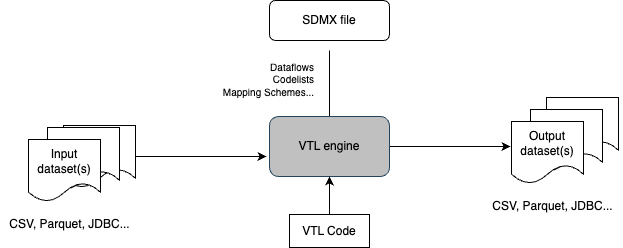
The draw.io diagram 20240410-vtl-sdmx-unece/sdmx-vtl-v1.png in Making-Sense-Info/Presentations, before a commit. Source tidied: cells renumbered, new cells last; positions are measured from the earlier drawing's top-left corner, leaving out a move shared by most shapes. Source of this version:
```xml
<mxGraphModel>
  <root>
    <mxCell id="0" />
    <mxCell id="1" parent="0" />
    <mxCell id="2" style="edgeStyle=orthogonalEdgeStyle;rounded=0;orthogonalLoop=1;jettySize=auto;html=1;exitX=0.5;exitY=1;exitDx=0;exitDy=0;entryX=0.5;entryY=0;entryDx=0;entryDy=0;" parent="1" edge="1">
      <mxGeometry relative="1" as="geometry">
        <mxPoint x="329" y="50" as="sourcePoint" />
        <mxPoint x="329" y="126" as="targetPoint" />
      </mxGeometry>
    </mxCell>
    <mxCell id="3" value="SDMX file" style="rounded=1;whiteSpace=wrap;html=1;" parent="1" vertex="1">
      <mxGeometry x="269" width="120" height="40" as="geometry" />
    </mxCell>
    <mxCell id="4" style="edgeStyle=orthogonalEdgeStyle;rounded=0;jettySize=auto;html=1;" parent="1" edge="1" source="5">
      <mxGeometry relative="1" as="geometry">
        <mxPoint x="510" y="146" as="targetPoint" />
      </mxGeometry>
    </mxCell>
    <mxCell id="5" value="VTL engine" style="rounded=1;whiteSpace=wrap;html=1;fillColor=#C0C0C0;strokeColor=#23445d;" parent="1" vertex="1">
      <mxGeometry x="269" y="116" width="120" height="60" as="geometry" />
    </mxCell>
    <mxCell id="6" style="edgeStyle=orthogonalEdgeStyle;rounded=0;jettySize=auto;html=1;" parent="1" edge="1" source="8">
      <mxGeometry relative="1" as="geometry">
        <mxPoint x="266" y="156" as="targetPoint" />
      </mxGeometry>
    </mxCell>
    <mxCell id="7" style="group;" parent="1" vertex="1">
      <mxGeometry y="115" width="139" height="124" as="geometry" />
    </mxCell>
    <mxCell id="8" style="shape=document;whiteSpace=wrap;html=1;boundedLbl=1;" parent="7" vertex="1">
      <mxGeometry x="63" y="10" width="72" height="62" as="geometry" />
    </mxCell>
    <mxCell id="9" style="shape=document;whiteSpace=wrap;html=1;boundedLbl=1;" parent="7" vertex="1">
      <mxGeometry x="47" y="12" width="72" height="62" as="geometry" />
    </mxCell>
    <mxCell id="10" value="Input dataset(s)" style="shape=document;whiteSpace=wrap;html=1;boundedLbl=1;" parent="7" vertex="1">
      <mxGeometry x="28" y="24" width="72" height="62" as="geometry" />
    </mxCell>
    <mxCell id="11" value="CSV, Parquet, JDBC..." style="text;html=1;strokeColor=none;fillColor=none;align=center;verticalAlign=middle;whiteSpace=wrap;rounded=0;" parent="7" vertex="1">
      <mxGeometry y="94" width="139" height="30" as="geometry" />
    </mxCell>
    <mxCell id="12" style="group;" parent="1" vertex="1">
      <mxGeometry x="483" y="97" width="139" height="124" as="geometry" />
    </mxCell>
    <mxCell id="13" style="shape=document;whiteSpace=wrap;html=1;boundedLbl=1;" parent="12" vertex="1">
      <mxGeometry x="63" width="72" height="62" as="geometry" />
    </mxCell>
    <mxCell id="14" style="shape=document;whiteSpace=wrap;html=1;boundedLbl=1;" parent="12" vertex="1">
      <mxGeometry x="47" y="12" width="72" height="62" as="geometry" />
    </mxCell>
    <mxCell id="15" value="Output dataset(s)" style="shape=document;whiteSpace=wrap;html=1;boundedLbl=1;" parent="12" vertex="1">
      <mxGeometry x="28" y="24" width="72" height="62" as="geometry" />
    </mxCell>
    <mxCell id="16" value="CSV, Parquet, JDBC..." style="text;html=1;strokeColor=none;fillColor=none;align=center;verticalAlign=middle;whiteSpace=wrap;rounded=0;" parent="12" vertex="1">
      <mxGeometry y="94" width="139" height="30" as="geometry" />
    </mxCell>
    <mxCell id="17" style="edgeStyle=orthogonalEdgeStyle;rounded=0;jettySize=auto;html=1;entryX=0.5;entryY=1;entryDx=0;entryDy=0;" parent="1" edge="1" source="18" target="5">
      <mxGeometry relative="1" as="geometry" />
    </mxCell>
    <mxCell id="18" value="VTL Code" style="whiteSpace=wrap;html=1;" parent="1" vertex="1">
      <mxGeometry x="289" y="214" width="80" height="33" as="geometry" />
    </mxCell>
    <mxCell id="19" value="&lt;font style=&quot;font-size: 10px;&quot;&gt;Dataflows&lt;br&gt;Codelists&lt;br&gt; Mapping Schemes...&lt;/font&gt;" style="text;html=1;strokeColor=none;fillColor=none;align=right;verticalAlign=middle;whiteSpace=wrap;rounded=0;dashed=1;fontSize=7;" parent="1" vertex="1">
      <mxGeometry x="198" y="64" width="118" height="30" as="geometry" />
    </mxCell>
  </root>
</mxGraphModel>
```
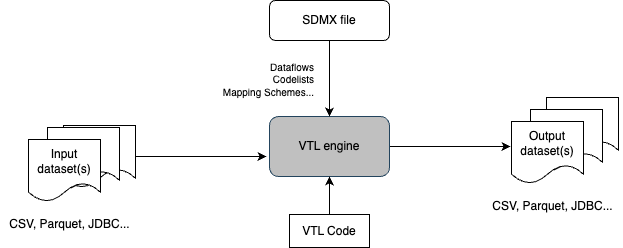
After the commit.

The edit, as a diff of the source:
```diff
@@ -2,12 +2,6 @@
   <root>
     <mxCell id="0" />
     <mxCell id="1" parent="0" />
-    <mxCell id="2" style="edgeStyle=orthogonalEdgeStyle;rounded=0;orthogonalLoop=1;jettySize=auto;html=1;exitX=0.5;exitY=1;exitDx=0;exitDy=0;entryX=0.5;entryY=0;entryDx=0;entryDy=0;" parent="1" edge="1">
-      <mxGeometry relative="1" as="geometry">
-        <mxPoint x="329" y="50" as="sourcePoint" />
-        <mxPoint x="329" y="126" as="targetPoint" />
-      </mxGeometry>
-    </mxCell>
     <mxCell id="3" value="SDMX file" style="rounded=1;whiteSpace=wrap;html=1;" parent="1" vertex="1">
       <mxGeometry x="269" width="120" height="40" as="geometry" />
     </mxCell>
@@ -63,5 +57,8 @@
     <mxCell id="19" value="&lt;font style=&quot;font-size: 10px;&quot;&gt;Dataflows&lt;br&gt;Codelists&lt;br&gt; Mapping Schemes...&lt;/font&gt;" style="text;html=1;strokeColor=none;fillColor=none;align=right;verticalAlign=middle;whiteSpace=wrap;rounded=0;dashed=1;fontSize=7;" parent="1" vertex="1">
       <mxGeometry x="198" y="64" width="118" height="30" as="geometry" />
     </mxCell>
+    <mxCell id="20" style="edgeStyle=orthogonalEdgeStyle;rounded=0;jettySize=auto;html=1;exitX=0.5;exitY=1;exitDx=0;exitDy=0;entryX=0.5;entryY=0;entryDx=0;entryDy=0;" parent="1" edge="1" source="3" target="5">
+      <mxGeometry relative="1" as="geometry" />
+    </mxCell>
   </root>
 </mxGraphModel>
```
